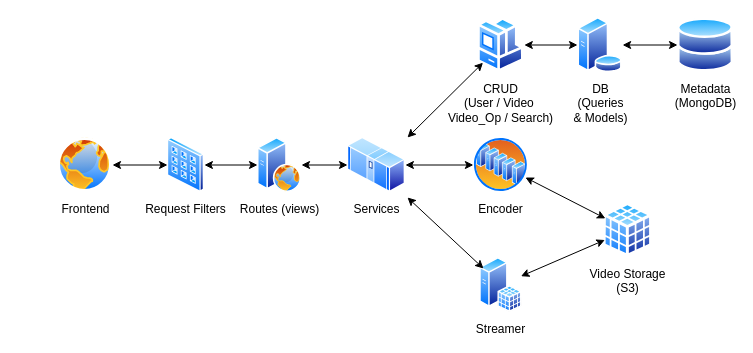
Before: documents/BackgroundDesign.drawio in HyperTars/Greloupis, a draw.io diagram. Source tidied: cells renumbered, new cells numbered last; positions are measured from the earlier drawing's top-left corner, leaving out a move shared by most shapes. Both pictures are drawn from the tidied source at 100%, with x=0, y=0 at pixel (57, 17).
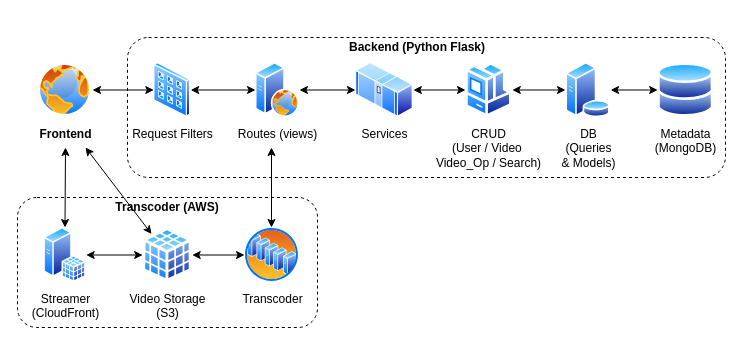
Above is the later version.

Commit message (it also covers changes not shown here):
update backend design

Diff of the diagram source:
```diff
@@
     <mxCell id="2" value="DB&lt;br&gt;(Queries&lt;br&gt;&amp;amp; Models)" style="perimeter=ellipsePerimeter;html=1;align=center;shadow=0;dashed=0;spacingTop=3;image;image=img/lib/active_directory/database_server.svg;" parent="1" vertex="1">
-      <mxGeometry x="520" width="45.1" height="55" as="geometry" />
+      <mxGeometry x="508" y="45" width="45.1" height="55" as="geometry" />
     </mxCell>
     <mxCell id="3" value="Metadata&lt;br&gt;(MongoDB)" style="perimeter=ellipsePerimeter;html=1;align=center;shadow=0;dashed=0;spacingTop=3;image;image=img/lib/active_directory/databases.svg;" parent="1" vertex="1">
-      <mxGeometry x="620" width="56.1" height="55" as="geometry" />
+      <mxGeometry x="600.2" y="45" width="56.1" height="55" as="geometry" />
     </mxCell>
     <mxCell id="4" value="Services" style="perimeter=ellipsePerimeter;html=1;align=center;shadow=0;dashed=0;spacingTop=3;image;image=img/lib/active_directory/mainframe.svg;" parent="1" vertex="1">
-      <mxGeometry x="290" y="120" width="57.9" height="55" as="geometry" />
+      <mxGeometry x="298" y="45" width="57.9" height="55" as="geometry" />
     </mxCell>
@@
-    <mxCell id="6" value="Frontend" style="perimeter=ellipsePerimeter;html=1;align=center;shadow=0;dashed=0;spacingTop=3;image;image=img/lib/active_directory/internet_globe.svg;" parent="1" vertex="1">
-      <mxGeometry y="120" width="55" height="55" as="geometry" />
+    <mxCell id="6" value="Frontend" style="perimeter=ellipsePerimeter;html=1;align=center;shadow=0;dashed=0;spacingTop=3;image;image=img/lib/active_directory/internet_globe.svg;fontStyle=1;" parent="1" vertex="1">
+      <mxGeometry x="-20" y="45" width="55" height="55" as="geometry" />
     </mxCell>
     <mxCell id="7" value="Routes (views)" style="perimeter=ellipsePerimeter;html=1;align=center;shadow=0;dashed=0;spacingTop=3;image;image=img/lib/active_directory/web_server.svg;" parent="1" vertex="1">
-      <mxGeometry x="200" y="120" width="44" height="55" as="geometry" />
+      <mxGeometry x="198" y="45" width="44" height="55" as="geometry" />
     </mxCell>
     <mxCell id="8" value="CRUD&lt;br&gt;(User / Video&amp;nbsp;&lt;br&gt;Video_Op / Search)" style="perimeter=ellipsePerimeter;html=1;align=center;shadow=0;dashed=0;spacingTop=3;image;image=img/lib/active_directory/workstation_client.svg;" parent="1" vertex="1">
-      <mxGeometry x="420" width="46.8" height="55" as="geometry" />
+      <mxGeometry x="408" y="45" width="46.8" height="55" as="geometry" />
     </mxCell>
     <mxCell id="9" value="Request Filters" style="perimeter=ellipsePerimeter;html=1;align=center;shadow=0;dashed=0;spacingTop=3;image;image=img/lib/active_directory/input_output_filter.svg;" parent="1" vertex="1">
-      <mxGeometry x="110" y="120" width="36.9" height="55" as="geometry" />
+      <mxGeometry x="96.3" y="45" width="36.9" height="55" as="geometry" />
     </mxCell>
-    <mxCell id="10" value="Encoder" style="perimeter=ellipsePerimeter;html=1;align=center;shadow=0;dashed=0;spacingTop=3;image;image=img/lib/active_directory/server_farm.svg;" parent="1" vertex="1">
-      <mxGeometry x="415.9" y="120" width="55" height="55" as="geometry" />
+    <mxCell id="10" value="Transcoder" style="perimeter=ellipsePerimeter;html=1;align=center;shadow=0;dashed=0;spacingTop=3;image;image=img/lib/active_directory/server_farm.svg;" parent="1" vertex="1">
+      <mxGeometry x="187" y="210" width="55" height="55" as="geometry" />
     </mxCell>
-    <mxCell id="11" value="Streamer" style="perimeter=ellipsePerimeter;html=1;align=center;shadow=0;dashed=0;spacingTop=3;image;image=img/lib/active_directory/sql_server.svg;" parent="1" vertex="1">
-      <mxGeometry x="422.2" y="240" width="42.4" height="55" as="geometry" />
+    <mxCell id="11" value="Streamer&lt;br&gt;(CloudFront)" style="perimeter=ellipsePerimeter;html=1;align=center;shadow=0;dashed=0;spacingTop=3;image;image=img/lib/active_directory/sql_server.svg;" parent="1" vertex="1">
+      <mxGeometry x="-13.7" y="210" width="42.4" height="55" as="geometry" />
     </mxCell>
     <mxCell id="12" value="Video Storage&lt;br&gt;(S3)" style="perimeter=ellipsePerimeter;html=1;align=center;shadow=0;dashed=0;spacingTop=3;image;image=img/lib/active_directory/database_cube.svg;" parent="1" vertex="1">
-      <mxGeometry x="545.6" y="185" width="49.5" height="55" as="geometry" />
+      <mxGeometry x="85.2" y="210" width="49.5" height="55" as="geometry" />
     </mxCell>
@@
-    <mxCell id="17" style="edgeStyle=orthogonalEdgeStyle;rounded=0;jettySize=auto;html=1;startArrow=classic;startFill=1;" parent="1" edge="1" source="4" target="10">
-      <mxGeometry relative="1" as="geometry" />
-    </mxCell>
-    <mxCell id="18" style="endArrow=classic;startArrow=classic;html=1;" parent="1" edge="1">
+    <mxCell id="18" style="endArrow=classic;startArrow=classic;html=1;" parent="1" edge="1" target="12">
       <mxGeometry relative="1" as="geometry">
-        <mxPoint x="350" y="180" as="sourcePoint" />
-        <mxPoint x="426" y="251" as="targetPoint" />
+        <mxPoint x="28" y="130" as="sourcePoint" />
       </mxGeometry>
     </mxCell>
-    <mxCell id="19" style="endArrow=classic;startArrow=classic;html=1;" parent="1" edge="1" target="8">
-      <mxGeometry relative="1" as="geometry">
-        <mxPoint x="350" y="120" as="sourcePoint" />
-      </mxGeometry>
+    <mxCell id="19" style="endArrow=classic;startArrow=classic;html=1;" parent="1" edge="1" source="4" target="8">
+      <mxGeometry relative="1" as="geometry" />
     </mxCell>
@@
+    <mxCell id="22" style="rounded=1;whiteSpace=wrap;html=1;fillColor=none;dashed=1;" parent="1" vertex="1">
+      <mxGeometry x="70" y="20" width="598" height="140" as="geometry" />
+    </mxCell>
+    <mxCell id="23" style="endArrow=classic;startArrow=classic;html=1;exitX=0.5;exitY=0;exitDx=0;exitDy=0;" parent="1" edge="1" source="11">
+      <mxGeometry relative="1" as="geometry">
+        <mxPoint x="8" y="130" as="targetPoint" />
+      </mxGeometry>
+    </mxCell>
+    <mxCell id="24" style="endArrow=classic;startArrow=classic;html=1;" parent="1" edge="1">
+      <mxGeometry relative="1" as="geometry">
+        <mxPoint x="214" y="210" as="sourcePoint" />
+        <mxPoint x="214" y="130" as="targetPoint" />
+      </mxGeometry>
+    </mxCell>
+    <mxCell id="25" value="Backend (Python Flask)" style="text;html=1;strokeColor=none;fillColor=none;align=center;verticalAlign=middle;whiteSpace=wrap;rounded=0;dashed=1;fontStyle=1;" parent="1" vertex="1">
+      <mxGeometry x="280" y="20" width="160" height="20" as="geometry" />
+    </mxCell>
+    <mxCell id="26" style="rounded=1;whiteSpace=wrap;html=1;fillColor=none;dashed=1;" parent="1" vertex="1">
+      <mxGeometry x="-40" y="180" width="300" height="130" as="geometry" />
+    </mxCell>
+    <mxCell id="27" value="Transcoder (AWS)" style="text;html=1;strokeColor=none;fillColor=none;align=center;verticalAlign=middle;whiteSpace=wrap;rounded=0;dashed=1;fontStyle=1;" parent="1" vertex="1">
+      <mxGeometry x="30" y="180" width="160" height="20" as="geometry" />
+    </mxCell>
```
